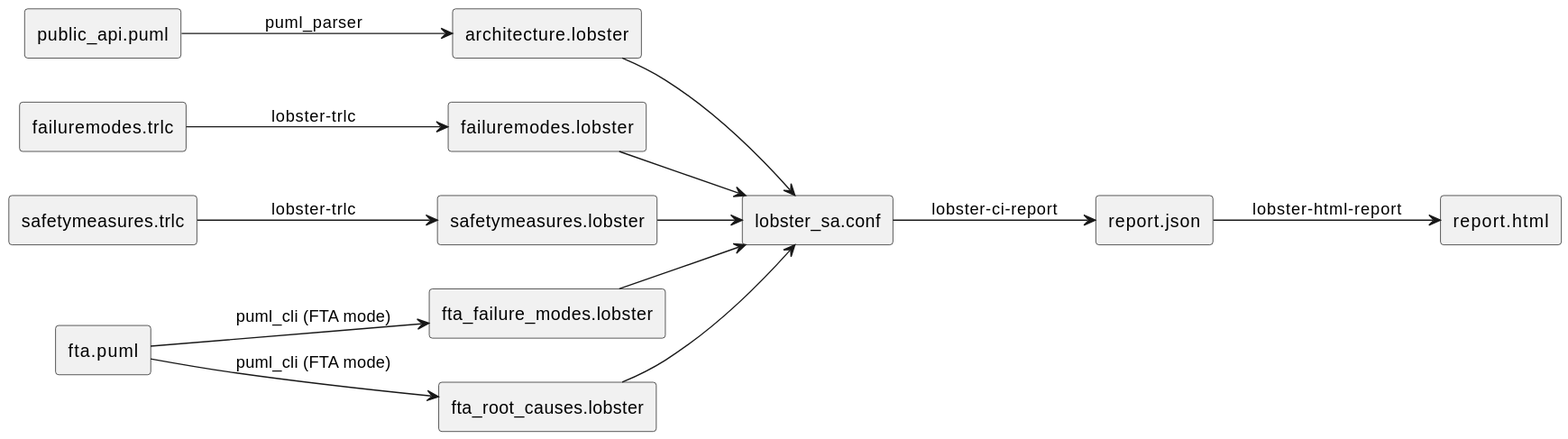
This is bazel/rules/rules_score/examples/seooc/safety_analysis/assets/tool_data_flow.svg from eclipse-score/tooling, a PlantUML export, as it was before one commit.
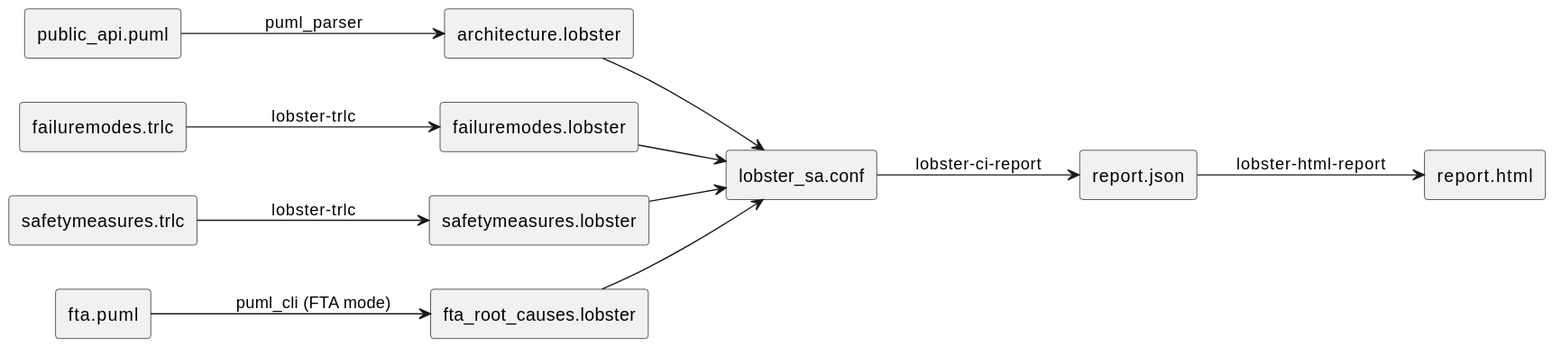
The same file after the commit.

Change to the diagram source:
```diff
@@ -7,7 +7,6 @@
 rectangle "architecture.lobster" as arch_lob
 rectangle "failuremodes.lobster" as fm_lob
 rectangle "safetymeasures.lobster" as sm_lob
-rectangle "fta_failure_modes.lobster" as te_lob
 rectangle "fta_root_causes.lobster" as rc_lob
 rectangle "lobster_sa.conf" as conf
 rectangle "report.json" as json
@@ -16,12 +15,10 @@
 arch --> arch_lob : puml_parser
 fm --> fm_lob : lobster-trlc
 sm --> sm_lob : lobster-trlc
-fta --> te_lob : puml_cli (FTA mode)
 fta --> rc_lob : puml_cli (FTA mode)
 arch_lob --> conf
 fm_lob --> conf
 sm_lob --> conf
-te_lob --> conf
 rc_lob --> conf
 conf --> json : lobster-ci-report
 json --> html : lobster-html-report
```
